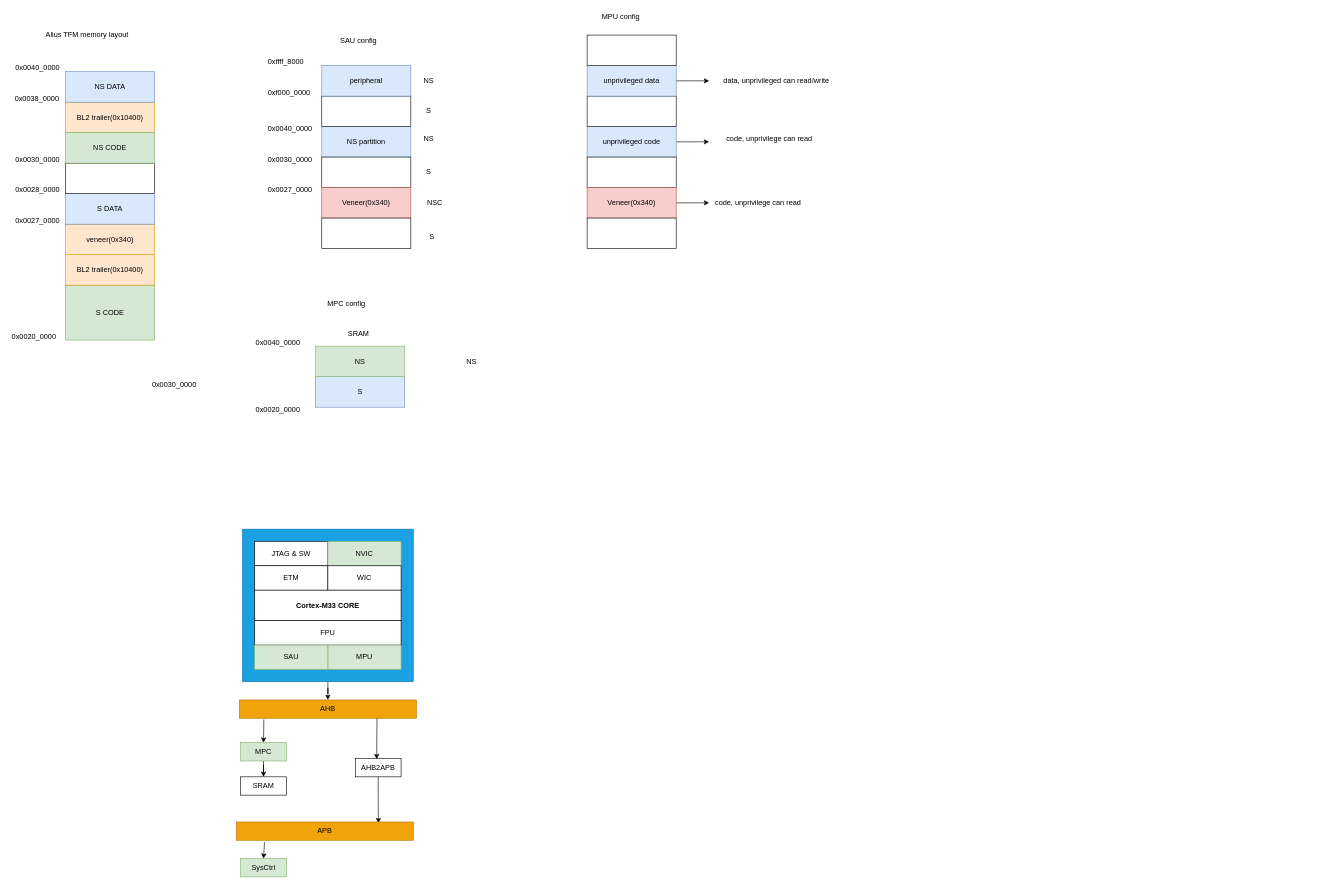
Above: page "tfm" (7 of 10) of alius.drawio in thomas-coding/drawio (draw.io), before the change. Source tidied: cells renumbered, new cells numbered last; positions are measured from the earlier drawing's top-left corner, leaving out a move shared by most shapes. Both pictures are drawn from the tidied source at 61%, with x=0, y=0 at pixel (10, 10).
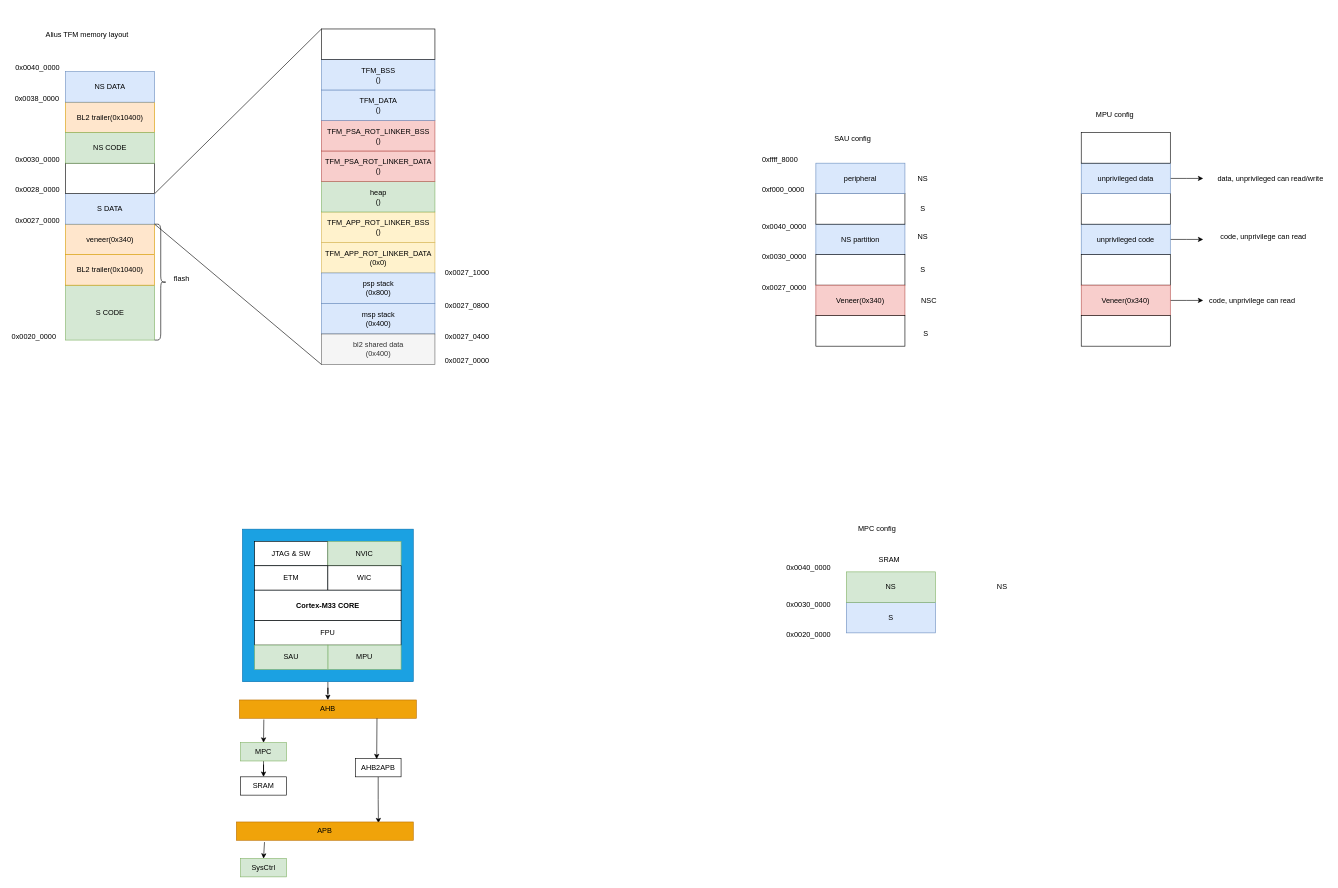
The same page after the edit.

Unchanged cells that the change refers to:
```xml
<mxCell id="5" value="veneer(0x340)" style="rounded=0;whiteSpace=wrap;html=1;fillColor=#ffe6cc;strokeColor=#d79b00;" parent="1" vertex="1">
  <mxGeometry x="90" y="350" width="146" height="50" as="geometry" />
</mxCell>
<mxCell id="10" style="rounded=0;whiteSpace=wrap;html=1;" parent="1" vertex="1">
  <mxGeometry x="90" y="250" width="146" height="50" as="geometry" />
</mxCell>
```

What changed in the source:
```diff
@@
     <mxCell id="17" value="NS partition" style="rounded=0;whiteSpace=wrap;html=1;fillColor=#dae8fc;strokeColor=#6c8ebf;" parent="1" vertex="1">
-      <mxGeometry x="510" y="190" width="146" height="50" as="geometry" />
+      <mxGeometry x="1320" y="350" width="146" height="50" as="geometry" />
     </mxCell>
     <mxCell id="18" style="rounded=0;whiteSpace=wrap;html=1;" parent="1" vertex="1">
-      <mxGeometry x="510" y="240" width="146" height="50" as="geometry" />
+      <mxGeometry x="1320" y="400" width="146" height="50" as="geometry" />
     </mxCell>
     <mxCell id="19" value="Veneer(0x340)" style="rounded=0;whiteSpace=wrap;html=1;fillColor=#f8cecc;strokeColor=#b85450;" parent="1" vertex="1">
-      <mxGeometry x="510" y="290" width="146" height="50" as="geometry" />
+      <mxGeometry x="1320" y="450" width="146" height="50" as="geometry" />
     </mxCell>
     <mxCell id="20" value="0x0030_0000" style="text;whiteSpace=wrap;html=1;" parent="1" vertex="1">
-      <mxGeometry x="420" y="230" width="80" height="30" as="geometry" />
+      <mxGeometry x="1230" y="390" width="80" height="30" as="geometry" />
     </mxCell>
     <mxCell id="21" value="0x0040_0000" style="text;whiteSpace=wrap;html=1;" parent="1" vertex="1">
-      <mxGeometry x="420" y="180" width="80" height="30" as="geometry" />
+      <mxGeometry x="1230" y="340" width="80" height="30" as="geometry" />
     </mxCell>
     <mxCell id="22" style="rounded=0;whiteSpace=wrap;html=1;" parent="1" vertex="1">
-      <mxGeometry x="510" y="340" width="146" height="50" as="geometry" />
+      <mxGeometry x="1320" y="500" width="146" height="50" as="geometry" />
     </mxCell>
     <mxCell id="23" value="0x0027_0000" style="text;whiteSpace=wrap;html=1;" parent="1" vertex="1">
-      <mxGeometry x="420" y="280" width="80" height="30" as="geometry" />
+      <mxGeometry x="1230" y="440" width="80" height="30" as="geometry" />
     </mxCell>
     <mxCell id="24" style="rounded=0;whiteSpace=wrap;html=1;" parent="1" vertex="1">
-      <mxGeometry x="510" y="140" width="146" height="50" as="geometry" />
+      <mxGeometry x="1320" y="300" width="146" height="50" as="geometry" />
     </mxCell>
     <mxCell id="25" value="peripheral" style="rounded=0;whiteSpace=wrap;html=1;fillColor=#dae8fc;strokeColor=#6c8ebf;" parent="1" vertex="1">
-      <mxGeometry x="510" y="90" width="146" height="50" as="geometry" />
+      <mxGeometry x="1320" y="250" width="146" height="50" as="geometry" />
     </mxCell>
     <mxCell id="26" value="0xf000_0000" style="text;whiteSpace=wrap;html=1;" parent="1" vertex="1">
-      <mxGeometry x="420" y="120" width="80" height="30" as="geometry" />
+      <mxGeometry x="1230" y="280" width="80" height="30" as="geometry" />
     </mxCell>
     <mxCell id="27" value="0xffff_8000" style="text;whiteSpace=wrap;html=1;" parent="1" vertex="1">
-      <mxGeometry x="420" y="70" width="80" height="30" as="geometry" />
+      <mxGeometry x="1230" y="230" width="80" height="30" as="geometry" />
     </mxCell>
     <mxCell id="28" value="SAU config" style="text;html=1;align=center;verticalAlign=middle;strokeColor=none;fillColor=none;" parent="1" vertex="1">
-      <mxGeometry x="530" y="40" width="80" height="20" as="geometry" />
+      <mxGeometry x="1340" y="200" width="80" height="20" as="geometry" />
     </mxCell>
     <mxCell id="29" value="NS" style="text;html=1;align=center;verticalAlign=middle;strokeColor=none;fillColor=none;" parent="1" vertex="1">
-      <mxGeometry x="670" y="105" width="30" height="20" as="geometry" />
+      <mxGeometry x="1480" y="265" width="30" height="20" as="geometry" />
     </mxCell>
     <mxCell id="30" value="NS" style="text;html=1;align=center;verticalAlign=middle;strokeColor=none;fillColor=none;" parent="1" vertex="1">
-      <mxGeometry x="670" y="200" width="30" height="20" as="geometry" />
+      <mxGeometry x="1480" y="360" width="30" height="20" as="geometry" />
     </mxCell>
     <mxCell id="31" value="NSC" style="text;html=1;align=center;verticalAlign=middle;strokeColor=none;fillColor=none;" parent="1" vertex="1">
-      <mxGeometry x="675" y="305" width="40" height="20" as="geometry" />
+      <mxGeometry x="1485" y="465" width="40" height="20" as="geometry" />
     </mxCell>
     <mxCell id="32" style="edgeStyle=orthogonalEdgeStyle;rounded=0;jettySize=auto;html=1;" parent="1" edge="1" source="33">
       <mxGeometry relative="1" as="geometry">
-        <mxPoint x="1145" y="215" as="targetPoint" />
+        <mxPoint x="1955" y="375" as="targetPoint" />
       </mxGeometry>
     </mxCell>
     <mxCell id="33" value="unprivileged code" style="rounded=0;whiteSpace=wrap;html=1;fillColor=#dae8fc;strokeColor=#6c8ebf;" parent="1" vertex="1">
-      <mxGeometry x="945" y="190" width="146" height="50" as="geometry" />
+      <mxGeometry x="1755" y="350" width="146" height="50" as="geometry" />
     </mxCell>
     <mxCell id="34" style="rounded=0;whiteSpace=wrap;html=1;" parent="1" vertex="1">
-      <mxGeometry x="945" y="240" width="146" height="50" as="geometry" />
+      <mxGeometry x="1755" y="400" width="146" height="50" as="geometry" />
     </mxCell>
     <mxCell id="35" style="edgeStyle=orthogonalEdgeStyle;rounded=0;jettySize=auto;html=1;" parent="1" edge="1" source="36">
       <mxGeometry relative="1" as="geometry">
-        <mxPoint x="1145" y="315" as="targetPoint" />
+        <mxPoint x="1955" y="475" as="targetPoint" />
       </mxGeometry>
     </mxCell>
     <mxCell id="36" value="Veneer(0x340)" style="rounded=0;whiteSpace=wrap;html=1;fillColor=#f8cecc;strokeColor=#b85450;" parent="1" vertex="1">
-      <mxGeometry x="945" y="290" width="146" height="50" as="geometry" />
+      <mxGeometry x="1755" y="450" width="146" height="50" as="geometry" />
     </mxCell>
     <mxCell id="37" style="rounded=0;whiteSpace=wrap;html=1;" parent="1" vertex="1">
-      <mxGeometry x="945" y="340" width="146" height="50" as="geometry" />
+      <mxGeometry x="1755" y="500" width="146" height="50" as="geometry" />
     </mxCell>
     <mxCell id="38" style="rounded=0;whiteSpace=wrap;html=1;" parent="1" vertex="1">
-      <mxGeometry x="945" y="140" width="146" height="50" as="geometry" />
+      <mxGeometry x="1755" y="300" width="146" height="50" as="geometry" />
     </mxCell>
     <mxCell id="39" style="edgeStyle=orthogonalEdgeStyle;rounded=0;jettySize=auto;html=1;" parent="1" edge="1" source="40">
       <mxGeometry relative="1" as="geometry">
-        <mxPoint x="1145" y="115" as="targetPoint" />
+        <mxPoint x="1955" y="275" as="targetPoint" />
       </mxGeometry>
     </mxCell>
     <mxCell id="40" value="unprivileged data" style="rounded=0;whiteSpace=wrap;html=1;fillColor=#dae8fc;strokeColor=#6c8ebf;" parent="1" vertex="1">
-      <mxGeometry x="945" y="90" width="146" height="50" as="geometry" />
+      <mxGeometry x="1755" y="250" width="146" height="50" as="geometry" />
     </mxCell>
     <mxCell id="41" value="MPU config" style="text;html=1;align=center;verticalAlign=middle;strokeColor=none;fillColor=none;" parent="1" vertex="1">
-      <mxGeometry x="960" width="80" height="20" as="geometry" />
+      <mxGeometry x="1770" y="160" width="80" height="20" as="geometry" />
     </mxCell>
     <mxCell id="42" value="data, unprivileged can read/write" style="text;html=1;align=center;verticalAlign=middle;strokeColor=none;fillColor=none;" parent="1" vertex="1">
-      <mxGeometry x="1160" y="105" width="190" height="20" as="geometry" />
+      <mxGeometry x="1970" y="265" width="190" height="20" as="geometry" />
     </mxCell>
     <mxCell id="43" value="code, unprivilege can read" style="text;html=1;align=center;verticalAlign=middle;strokeColor=none;fillColor=none;" parent="1" vertex="1">
-      <mxGeometry x="1145" y="305" width="160" height="20" as="geometry" />
+      <mxGeometry x="1955" y="465" width="160" height="20" as="geometry" />
     </mxCell>
     <mxCell id="44" value="code, unprivilege can read&amp;nbsp;" style="text;html=1;align=center;verticalAlign=middle;strokeColor=none;fillColor=none;" parent="1" vertex="1">
-      <mxGeometry x="1165" y="200" width="160" height="20" as="geometry" />
+      <mxGeometry x="1975" y="360" width="160" height="20" as="geometry" />
     </mxCell>
     <mxCell id="45" style="rounded=0;whiteSpace=wrap;html=1;" parent="1" vertex="1">
-      <mxGeometry x="945" y="40" width="146" height="50" as="geometry" />
+      <mxGeometry x="1755" y="200" width="146" height="50" as="geometry" />
     </mxCell>
     <mxCell id="46" value="S" style="rounded=0;whiteSpace=wrap;html=1;fillColor=#dae8fc;strokeColor=#6c8ebf;" parent="1" vertex="1">
-      <mxGeometry x="500" y="600" width="146" height="50" as="geometry" />
+      <mxGeometry x="1370" y="970" width="146" height="50" as="geometry" />
     </mxCell>
     <mxCell id="47" value="NS" style="rounded=0;whiteSpace=wrap;html=1;fillColor=#d5e8d4;strokeColor=#82b366;" parent="1" vertex="1">
-      <mxGeometry x="500" y="550" width="146" height="50" as="geometry" />
+      <mxGeometry x="1370" y="920" width="146" height="50" as="geometry" />
     </mxCell>
     <mxCell id="48" value="MPC config" style="text;html=1;align=center;verticalAlign=middle;strokeColor=none;fillColor=none;" parent="1" vertex="1">
-      <mxGeometry x="510" y="470" width="80" height="20" as="geometry" />
+      <mxGeometry x="1380" y="840" width="80" height="20" as="geometry" />
     </mxCell>
     <mxCell id="49" value="NS" style="text;html=1;align=center;verticalAlign=middle;strokeColor=none;fillColor=none;" parent="1" vertex="1">
-      <mxGeometry x="740" y="565" width="30" height="20" as="geometry" />
+      <mxGeometry x="1610" y="935" width="30" height="20" as="geometry" />
     </mxCell>
     <mxCell id="50" value="0x0020_0000" style="text;whiteSpace=wrap;html=1;" parent="1" vertex="1">
-      <mxGeometry x="400" y="640" width="90" height="30" as="geometry" />
+      <mxGeometry x="1270" y="1010" width="90" height="30" as="geometry" />
     </mxCell>
     <mxCell id="51" value="0x0030_0000" style="text;whiteSpace=wrap;html=1;" parent="1" vertex="1">
-      <mxGeometry x="230" y="600" width="80" height="30" as="geometry" />
+      <mxGeometry x="1270" y="960" width="80" height="30" as="geometry" />
     </mxCell>
     <mxCell id="52" value="0x0040_0000" style="text;whiteSpace=wrap;html=1;" parent="1" vertex="1">
-      <mxGeometry x="400" y="530" width="80" height="30" as="geometry" />
+      <mxGeometry x="1270" y="900" width="80" height="30" as="geometry" />
     </mxCell>
@@
     <mxCell id="74" value="S" style="text;html=1;align=center;verticalAlign=middle;strokeColor=none;fillColor=none;" parent="1" vertex="1">
-      <mxGeometry x="675" y="155" width="20" height="20" as="geometry" />
+      <mxGeometry x="1485" y="315" width="20" height="20" as="geometry" />
     </mxCell>
     <mxCell id="75" value="S" style="text;html=1;align=center;verticalAlign=middle;strokeColor=none;fillColor=none;" parent="1" vertex="1">
-      <mxGeometry x="675" y="255" width="20" height="20" as="geometry" />
+      <mxGeometry x="1485" y="415" width="20" height="20" as="geometry" />
     </mxCell>
     <mxCell id="76" value="S" style="text;html=1;align=center;verticalAlign=middle;strokeColor=none;fillColor=none;" parent="1" vertex="1">
-      <mxGeometry x="680" y="360" width="20" height="20" as="geometry" />
+      <mxGeometry x="1490" y="520" width="20" height="20" as="geometry" />
     </mxCell>
     <mxCell id="77" value="SRAM" style="text;html=1;align=center;verticalAlign=middle;strokeColor=none;fillColor=none;" parent="1" vertex="1">
-      <mxGeometry x="545" y="520" width="50" height="20" as="geometry" />
+      <mxGeometry x="1415" y="890" width="50" height="20" as="geometry" />
     </mxCell>
+    <mxCell id="78" style="shape=curlyBracket;whiteSpace=wrap;html=1;rounded=1;flipH=1;" parent="1" vertex="1">
+      <mxGeometry x="236" y="350" width="20" height="190" as="geometry" />
+    </mxCell>
+    <mxCell id="79" value="flash" style="text;html=1;align=center;verticalAlign=middle;strokeColor=none;fillColor=none;" parent="1" vertex="1">
+      <mxGeometry x="260" y="430" width="40" height="20" as="geometry" />
+    </mxCell>
+    <mxCell id="80" value="&lt;font style=&quot;font-size: 12px&quot;&gt;TFM_APP_ROT_LINKER_DATA&lt;br&gt;(0x0)&lt;/font&gt;" style="rounded=0;whiteSpace=wrap;html=1;fillColor=#fff2cc;strokeColor=#d6b656;" parent="1" vertex="1">
+      <mxGeometry x="509.5" y="380" width="186" height="50" as="geometry" />
+    </mxCell>
+    <mxCell id="81" value="TFM_APP_ROT_LINKER_BSS&lt;br&gt;()" style="rounded=0;whiteSpace=wrap;html=1;fillColor=#fff2cc;strokeColor=#d6b656;" parent="1" vertex="1">
+      <mxGeometry x="509.5" y="330" width="186" height="50" as="geometry" />
+    </mxCell>
+    <mxCell id="82" value="heap&lt;br&gt;()" style="rounded=0;whiteSpace=wrap;html=1;fillColor=#d5e8d4;strokeColor=#82b366;" parent="1" vertex="1">
+      <mxGeometry x="509.5" y="280" width="186" height="50" as="geometry" />
+    </mxCell>
+    <mxCell id="83" value="TFM_PSA_ROT_LINKER_DATA&lt;br&gt;()" style="rounded=0;whiteSpace=wrap;html=1;fillColor=#f8cecc;strokeColor=#b85450;" parent="1" vertex="1">
+      <mxGeometry x="509.5" y="230" width="186" height="50" as="geometry" />
+    </mxCell>
+    <mxCell id="84" value="TFM_PSA_ROT_LINKER_BSS&lt;br&gt;()" style="rounded=0;whiteSpace=wrap;html=1;fillColor=#f8cecc;strokeColor=#b85450;" parent="1" vertex="1">
+      <mxGeometry x="509.5" y="180" width="186" height="50" as="geometry" />
+    </mxCell>
+    <mxCell id="85" value="TFM_DATA&lt;br&gt;()" style="rounded=0;whiteSpace=wrap;html=1;fillColor=#dae8fc;strokeColor=#6c8ebf;" parent="1" vertex="1">
+      <mxGeometry x="509.5" y="130" width="186" height="50" as="geometry" />
+    </mxCell>
+    <mxCell id="86" value="TFM_BSS&lt;br&gt;()" style="rounded=0;whiteSpace=wrap;html=1;fillColor=#dae8fc;strokeColor=#6c8ebf;" parent="1" vertex="1">
+      <mxGeometry x="509.5" y="80" width="186" height="50" as="geometry" />
+    </mxCell>
+    <mxCell id="87" value="psp stack&lt;br&gt;(0x800)" style="rounded=0;whiteSpace=wrap;html=1;fillColor=#dae8fc;strokeColor=#6c8ebf;" parent="1" vertex="1">
+      <mxGeometry x="509.5" y="430" width="186" height="50" as="geometry" />
+    </mxCell>
+    <mxCell id="88" value="msp stack&lt;br&gt;(0x400)" style="rounded=0;whiteSpace=wrap;html=1;fillColor=#dae8fc;strokeColor=#6c8ebf;" parent="1" vertex="1">
+      <mxGeometry x="509.5" y="480" width="186" height="50" as="geometry" />
+    </mxCell>
+    <mxCell id="89" value="bl2 shared data&lt;br&gt;(0x400)" style="rounded=0;whiteSpace=wrap;html=1;fillColor=#f5f5f5;strokeColor=#666666;fontColor=#333333;" parent="1" vertex="1">
+      <mxGeometry x="509.5" y="530" width="186" height="50" as="geometry" />
+    </mxCell>
+    <mxCell id="90" style="endArrow=none;html=1;rounded=0;exitX=1;exitY=1;exitDx=0;exitDy=0;entryX=0;entryY=0;entryDx=0;entryDy=0;" parent="1" edge="1" source="10" target="91">
+      <mxGeometry relative="1" as="geometry" />
+    </mxCell>
+    <mxCell id="91" style="rounded=0;whiteSpace=wrap;html=1;" parent="1" vertex="1">
+      <mxGeometry x="509.5" y="30" width="186" height="50" as="geometry" />
+    </mxCell>
+    <mxCell id="92" style="endArrow=none;html=1;rounded=0;exitX=1;exitY=0;exitDx=0;exitDy=0;entryX=0;entryY=1;entryDx=0;entryDy=0;" parent="1" edge="1" source="5" target="89">
+      <mxGeometry relative="1" as="geometry" />
+    </mxCell>
+    <mxCell id="93" value="0x0027_0000" style="text;whiteSpace=wrap;html=1;" parent="1" vertex="1">
+      <mxGeometry x="710" y="560" width="80" height="30" as="geometry" />
+    </mxCell>
+    <mxCell id="94" value="0x0027_0400" style="text;whiteSpace=wrap;html=1;" parent="1" vertex="1">
+      <mxGeometry x="710" y="520" width="80" height="30" as="geometry" />
+    </mxCell>
+    <mxCell id="95" value="0x0027_0800" style="text;whiteSpace=wrap;html=1;" parent="1" vertex="1">
+      <mxGeometry x="710" y="470" width="80" height="30" as="geometry" />
+    </mxCell>
+    <mxCell id="96" value="0x0027_1000" style="text;whiteSpace=wrap;html=1;" parent="1" vertex="1">
+      <mxGeometry x="710" y="415" width="80" height="30" as="geometry" />
+    </mxCell>
```
